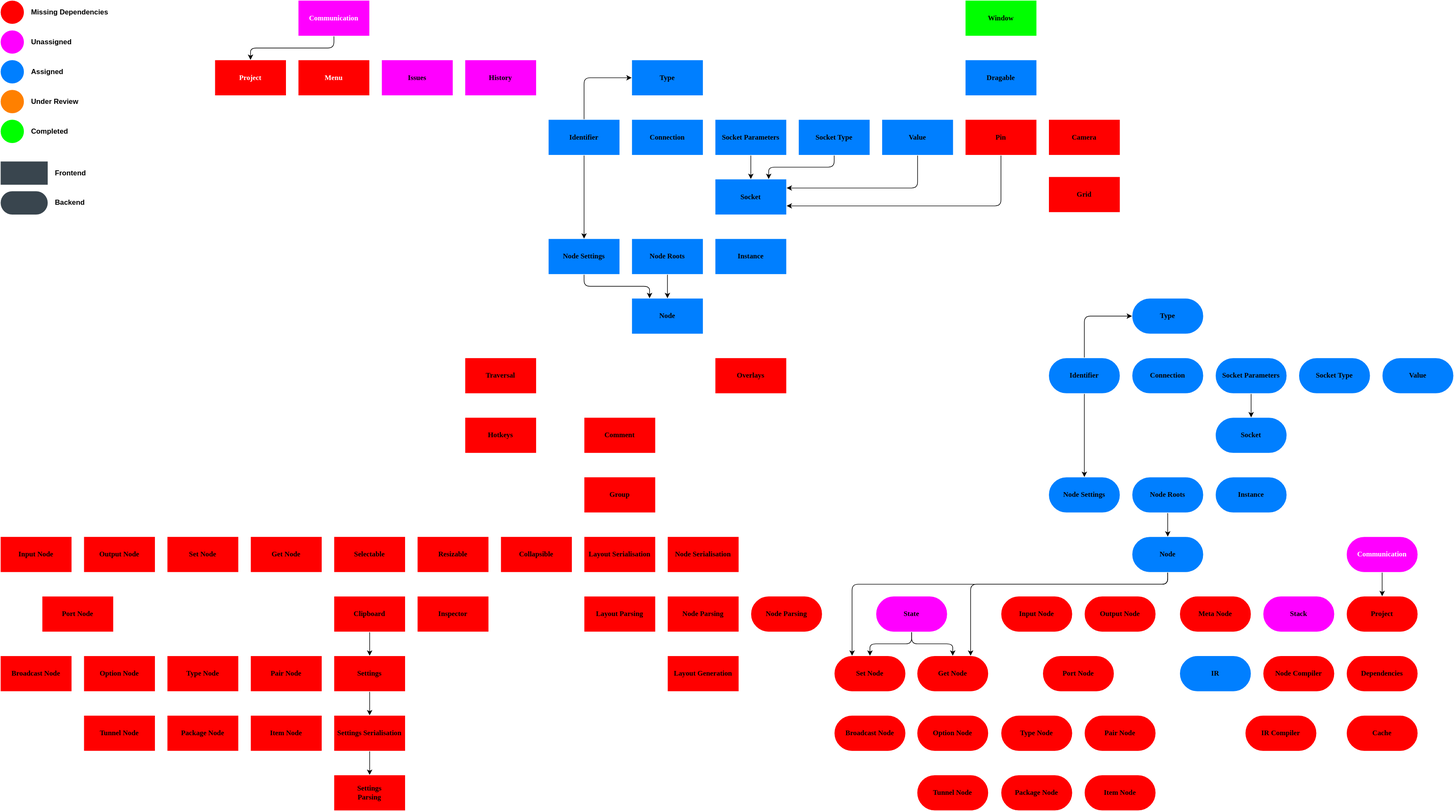
Earlier version of the draw.io export docs/assets/dependency_graph.drawio.svg (Kronark/Node-Compiler-Prototype). Source tidied: cells renumbered, new cells last; positions are measured from the earlier drawing's top-left corner, leaving out a move shared by most shapes.
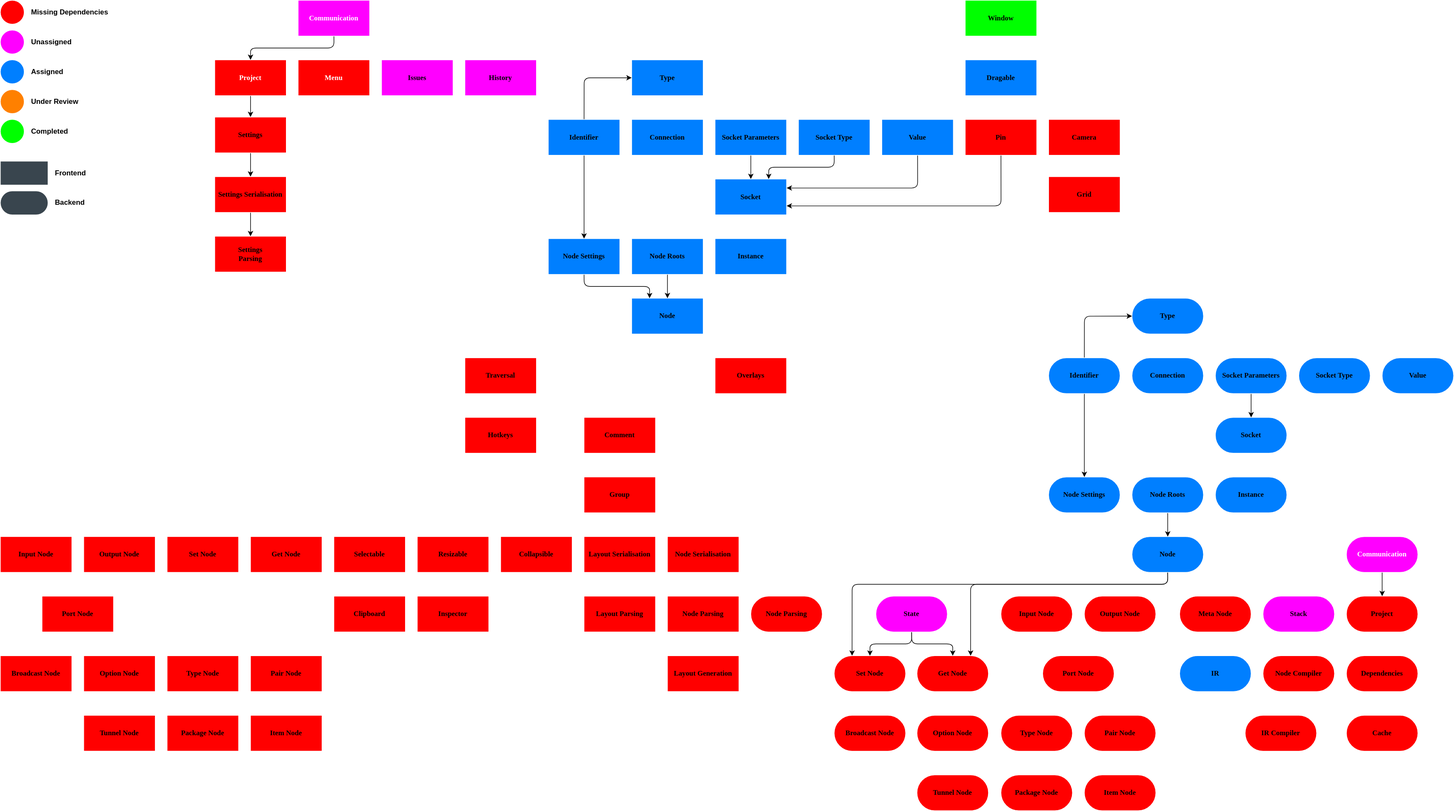
Above is the later version.

Commit message:
made settings tasks dependent on project task

Change to the diagram source:
```diff
@@ -98,9 +98,6 @@
     <mxCell id="33" value="&lt;b&gt;&lt;font face=&quot;Verdana&quot;&gt;Node&lt;/font&gt;&lt;/b&gt;" style="rounded=1;whiteSpace=wrap;html=1;fillColor=light-dark(#007FFF,#007FFF);fontColor=light-dark(#000000,#000000);strokeColor=light-dark(#FFFFFF,#FFFFFF);arcSize=0;labelBackgroundColor=none;" parent="1" vertex="1">
       <mxGeometry x="1060" y="500" width="120" height="60" as="geometry" />
     </mxCell>
-    <mxCell id="34" style="edgeStyle=none;html=1;exitX=0.5;exitY=1;exitDx=0;exitDy=0;entryX=0.5;entryY=0;entryDx=0;entryDy=0;" parent="1" edge="1" source="35" target="191">
-      <mxGeometry relative="1" as="geometry" />
-    </mxCell>
     <mxCell id="35" value="&lt;font face=&quot;Verdana&quot;&gt;&lt;b&gt;Clipboard&lt;/b&gt;&lt;/font&gt;" style="rounded=1;whiteSpace=wrap;html=1;fillColor=light-dark(#FF0000,#FF0000);fontColor=light-dark(#000000,#000000);strokeColor=light-dark(#FFFFFF,#FFFFFF);arcSize=0;labelBackgroundColor=none;" parent="1" vertex="1">
       <mxGeometry x="560" y="1000" width="120" height="60" as="geometry" />
     </mxCell>
@@ -573,6 +570,9 @@
     <mxCell id="188" value="&lt;b&gt;&lt;font face=&quot;Verdana&quot;&gt;Identifier&lt;/font&gt;&lt;/b&gt;" style="rounded=1;whiteSpace=wrap;html=1;fillColor=light-dark(#007FFF,#007FFF);fontColor=light-dark(#000000,#000000);strokeColor=light-dark(#FFFFFF,#FFFFFF);arcSize=50;labelBackgroundColor=none;" parent="1" vertex="1">
       <mxGeometry x="1760" y="600" width="120" height="60" as="geometry" />
     </mxCell>
+    <mxCell id="195" style="edgeStyle=none;html=1;exitX=0.5;exitY=1;exitDx=0;exitDy=0;entryX=0.5;entryY=0;entryDx=0;entryDy=0;" parent="1" edge="1" source="189" target="191">
+      <mxGeometry relative="1" as="geometry" />
+    </mxCell>
     <mxCell id="189" value="&lt;font face=&quot;Verdana&quot;&gt;&lt;b&gt;Project&lt;/b&gt;&lt;/font&gt;" style="rounded=1;whiteSpace=wrap;html=1;fillColor=light-dark(#FF0000,#FF0000);fontColor=light-dark(#FFFFFF,#000000);strokeColor=light-dark(#FFFFFF,#FFFFFF);arcSize=0;fontSize=12;" parent="1" vertex="1">
       <mxGeometry x="360" y="100" width="120" height="60" as="geometry" />
     </mxCell>
@@ -580,16 +580,16 @@
       <mxGeometry relative="1" as="geometry" />
     </mxCell>
     <mxCell id="191" value="&lt;font face=&quot;Verdana&quot;&gt;&lt;b&gt;Settings&lt;/b&gt;&lt;/font&gt;" style="rounded=1;whiteSpace=wrap;html=1;fillColor=light-dark(#FF0000,#FF0000);fontColor=light-dark(#000000,#000000);strokeColor=light-dark(#FFFFFF,#FFFFFF);arcSize=0;labelBackgroundColor=none;" parent="1" vertex="1">
-      <mxGeometry x="560" y="1100" width="120" height="60" as="geometry" />
+      <mxGeometry x="360" y="196" width="120" height="60" as="geometry" />
     </mxCell>
     <mxCell id="192" style="edgeStyle=none;html=1;exitX=0.5;exitY=1;exitDx=0;exitDy=0;entryX=0.5;entryY=0;entryDx=0;entryDy=0;" parent="1" edge="1" source="193" target="194">
       <mxGeometry relative="1" as="geometry" />
     </mxCell>
     <mxCell id="193" value="&lt;font face=&quot;Verdana&quot;&gt;&lt;b&gt;Settings Serialisation&lt;/b&gt;&lt;/font&gt;" style="rounded=1;whiteSpace=wrap;html=1;fillColor=light-dark(#FF0000,#FF0000);fontColor=light-dark(#000000,#000000);strokeColor=light-dark(#FFFFFF,#FFFFFF);arcSize=0;labelBackgroundColor=none;" parent="1" vertex="1">
-      <mxGeometry x="560" y="1200" width="120" height="60" as="geometry" />
+      <mxGeometry x="360" y="296" width="120" height="60" as="geometry" />
     </mxCell>
     <mxCell id="194" value="&lt;font face=&quot;Verdana&quot;&gt;&lt;b&gt;Settings&lt;br&gt;Parsing&lt;/b&gt;&lt;/font&gt;" style="rounded=1;whiteSpace=wrap;html=1;fillColor=light-dark(#FF0000,#FF0000);fontColor=light-dark(#000000,#000000);strokeColor=light-dark(#FFFFFF,#FFFFFF);arcSize=0;labelBackgroundColor=none;" parent="1" vertex="1">
-      <mxGeometry x="560" y="1300" width="120" height="60" as="geometry" />
+      <mxGeometry x="360" y="396" width="120" height="60" as="geometry" />
     </mxCell>
   </root>
 </mxGraphModel>
```
